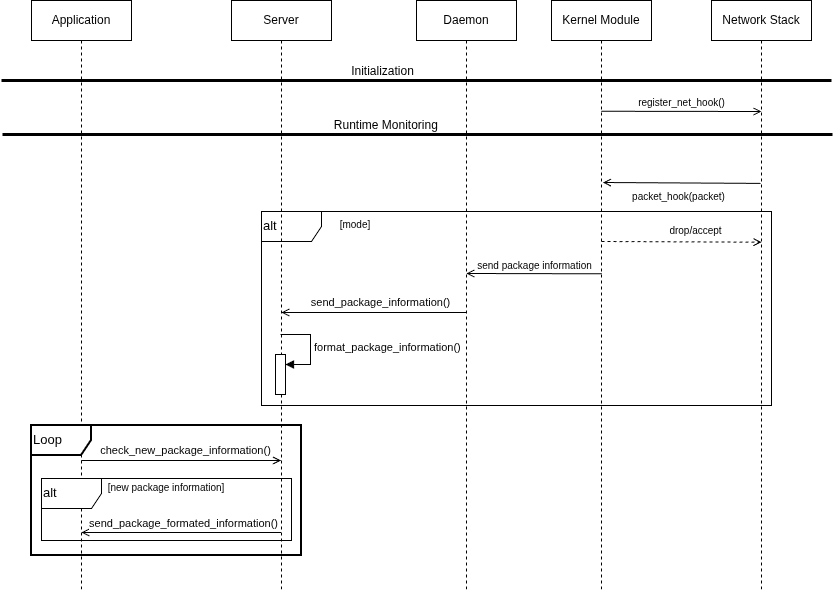
Earlier version of the draw.io export document/Sequence_Diagram_package_info.drawio.png (TheodorPredescu/Intrusion-Detection-and-Prevention-System). Source tidied: cells renumbered, new cells last; positions are measured from the earlier drawing's top-left corner, leaving out a move shared by most shapes.
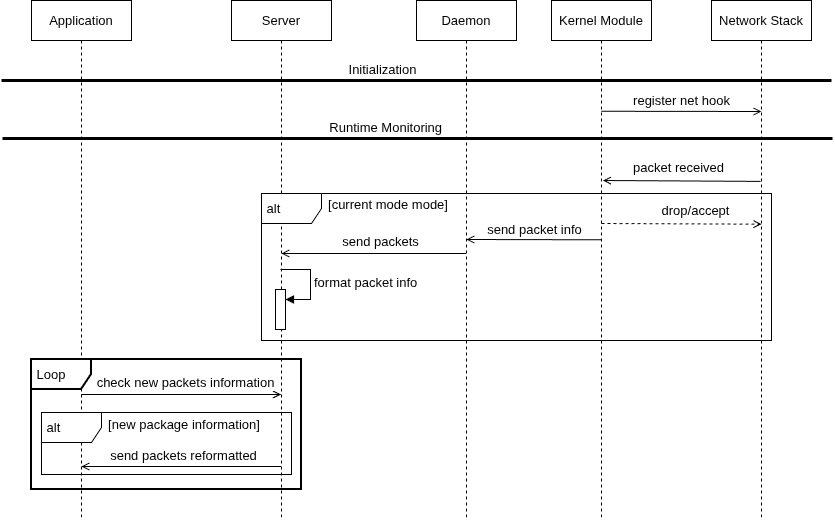
After the commit.

What changed in the source:
```diff
@@ -2,138 +2,140 @@
   <root>
     <mxCell id="0" />
     <mxCell id="1" parent="0" />
-    <mxCell id="2" value="Application" style="shape=umlLifeline;perimeter=lifelinePerimeter;whiteSpace=wrap;html=1;newEdgeStyle={&quot;edgeStyle&quot;:&quot;elbowEdgeStyle&quot;,&quot;elbow&quot;:&quot;vertical&quot;,&quot;curved&quot;:0,&quot;rounded&quot;:0};" parent="1" vertex="1">
-      <mxGeometry x="30" width="100" height="590" as="geometry" />
+    <mxCell id="2" value="Application" style="shape=umlLifeline;perimeter=lifelinePerimeter;whiteSpace=wrap;html=1;newEdgeStyle={&quot;edgeStyle&quot;:&quot;elbowEdgeStyle&quot;,&quot;elbow&quot;:&quot;vertical&quot;,&quot;curved&quot;:0,&quot;rounded&quot;:0};fontSize=13;" parent="1" vertex="1">
+      <mxGeometry x="30" width="100" height="520" as="geometry" />
     </mxCell>
-    <mxCell id="3" value="Kernel Module" style="shape=umlLifeline;perimeter=lifelinePerimeter;whiteSpace=wrap;html=1;newEdgeStyle={&quot;edgeStyle&quot;:&quot;elbowEdgeStyle&quot;,&quot;elbow&quot;:&quot;vertical&quot;,&quot;curved&quot;:0,&quot;rounded&quot;:0};" parent="1" vertex="1">
-      <mxGeometry x="550" width="100" height="590" as="geometry" />
+    <mxCell id="3" value="Kernel Module" style="shape=umlLifeline;perimeter=lifelinePerimeter;whiteSpace=wrap;html=1;newEdgeStyle={&quot;edgeStyle&quot;:&quot;elbowEdgeStyle&quot;,&quot;elbow&quot;:&quot;vertical&quot;,&quot;curved&quot;:0,&quot;rounded&quot;:0};fontSize=13;" parent="1" vertex="1">
+      <mxGeometry x="550" width="100" height="520" as="geometry" />
     </mxCell>
-    <mxCell id="4" value="Network Stack" style="shape=umlLifeline;perimeter=lifelinePerimeter;whiteSpace=wrap;html=1;newEdgeStyle={&quot;edgeStyle&quot;:&quot;elbowEdgeStyle&quot;,&quot;elbow&quot;:&quot;vertical&quot;,&quot;curved&quot;:0,&quot;rounded&quot;:0};" parent="1" vertex="1">
-      <mxGeometry x="710" width="100" height="590" as="geometry" />
+    <mxCell id="4" value="Network Stack" style="shape=umlLifeline;perimeter=lifelinePerimeter;whiteSpace=wrap;html=1;newEdgeStyle={&quot;edgeStyle&quot;:&quot;elbowEdgeStyle&quot;,&quot;elbow&quot;:&quot;vertical&quot;,&quot;curved&quot;:0,&quot;rounded&quot;:0};fontSize=13;" parent="1" vertex="1">
+      <mxGeometry x="710" width="100" height="520" as="geometry" />
     </mxCell>
-    <mxCell id="5" value="&lt;font style=&quot;font-size: 10px;&quot;&gt;register_net_hook()&lt;/font&gt;" style="html=1;verticalAlign=bottom;endArrow=open;edgeStyle=elbowEdgeStyle;elbow=vertical;curved=0;rounded=0;endFill=0;strokeWidth=1;entryX=0.5;entryY=0.078;entryDx=0;entryDy=0;entryPerimeter=0;" parent="1" edge="1">
+    <mxCell id="5" value="&lt;font&gt;register net hook&lt;/font&gt;" style="html=1;verticalAlign=bottom;endArrow=open;edgeStyle=elbowEdgeStyle;elbow=vertical;curved=0;rounded=0;endFill=0;strokeWidth=1;entryX=0.5;entryY=0.078;entryDx=0;entryDy=0;entryPerimeter=0;fontSize=13;" parent="1" edge="1">
       <mxGeometry relative="1" as="geometry">
         <mxPoint x="599.8" y="110.8" as="sourcePoint" />
         <mxPoint x="760" y="110.6" as="targetPoint" />
       </mxGeometry>
     </mxCell>
-    <mxCell id="6" style="edgeStyle=none;orthogonalLoop=1;jettySize=auto;html=1;rounded=0;endArrow=open;endFill=0;entryX=0.514;entryY=0.465;entryDx=0;entryDy=0;entryPerimeter=0;exitX=0.49;exitY=0.468;exitDx=0;exitDy=0;exitPerimeter=0;" parent="1" edge="1">
+    <mxCell id="6" style="edgeStyle=none;orthogonalLoop=1;jettySize=auto;html=1;rounded=0;endArrow=open;endFill=0;entryX=0.514;entryY=0.465;entryDx=0;entryDy=0;entryPerimeter=0;exitX=0.49;exitY=0.468;exitDx=0;exitDy=0;exitPerimeter=0;fontSize=13;" parent="1" edge="1">
       <mxGeometry relative="1" as="geometry">
-        <mxPoint x="759" y="182.9" as="sourcePoint" />
-        <mxPoint x="601.4" y="182" as="targetPoint" />
+        <mxPoint x="759" y="180.9" as="sourcePoint" />
+        <mxPoint x="601.4" y="180" as="targetPoint" />
       </mxGeometry>
     </mxCell>
-    <mxCell id="7" value="&lt;font style=&quot;font-size: 10px;&quot;&gt;packet_hook(packet)&lt;/font&gt;" style="edgeLabel;html=1;align=center;verticalAlign=top;labelPosition=center;verticalLabelPosition=bottom;" parent="6" vertex="1">
-      <mxGeometry x="0.04" y="1" relative="1" as="geometry" />
+    <mxCell id="7" value="&lt;font&gt;packet received&lt;/font&gt;" style="edgeLabel;html=1;align=center;verticalAlign=top;labelPosition=center;verticalLabelPosition=bottom;fontSize=13;" parent="6" vertex="1">
+      <mxGeometry x="0.04" y="1" relative="1" as="geometry">
+        <mxPoint y="-28" as="offset" />
+      </mxGeometry>
     </mxCell>
-    <mxCell id="8" value="Daemon" style="shape=umlLifeline;perimeter=lifelinePerimeter;whiteSpace=wrap;html=1;newEdgeStyle={&quot;edgeStyle&quot;:&quot;elbowEdgeStyle&quot;,&quot;elbow&quot;:&quot;vertical&quot;,&quot;curved&quot;:0,&quot;rounded&quot;:0};" parent="1" vertex="1">
-      <mxGeometry x="415" width="100" height="590" as="geometry" />
+    <mxCell id="8" value="Daemon" style="shape=umlLifeline;perimeter=lifelinePerimeter;whiteSpace=wrap;html=1;newEdgeStyle={&quot;edgeStyle&quot;:&quot;elbowEdgeStyle&quot;,&quot;elbow&quot;:&quot;vertical&quot;,&quot;curved&quot;:0,&quot;rounded&quot;:0};fontSize=13;" parent="1" vertex="1">
+      <mxGeometry x="415" width="100" height="520" as="geometry" />
     </mxCell>
-    <mxCell id="9" style="edgeStyle=none;orthogonalLoop=1;jettySize=auto;html=1;rounded=0;endArrow=open;endFill=0;exitX=0.502;exitY=0.536;exitDx=0;exitDy=0;exitPerimeter=0;entryX=0.498;entryY=0.535;entryDx=0;entryDy=0;entryPerimeter=0;" parent="1" edge="1">
+    <mxCell id="9" style="edgeStyle=none;orthogonalLoop=1;jettySize=auto;html=1;rounded=0;endArrow=open;endFill=0;exitX=0.502;exitY=0.536;exitDx=0;exitDy=0;exitPerimeter=0;entryX=0.498;entryY=0.535;entryDx=0;entryDy=0;entryPerimeter=0;fontSize=13;" parent="1" edge="1">
       <mxGeometry relative="1" as="geometry">
-        <mxPoint x="600.2" y="273.3" as="sourcePoint" />
-        <mxPoint x="464.8" y="273" as="targetPoint" />
+        <mxPoint x="600.2" y="239.3" as="sourcePoint" />
+        <mxPoint x="464.8" y="239" as="targetPoint" />
       </mxGeometry>
     </mxCell>
-    <mxCell id="10" value="&lt;font style=&quot;font-size: 10px;&quot;&gt;send package information&lt;/font&gt;" style="edgeLabel;html=1;align=center;verticalAlign=bottom;labelPosition=center;verticalLabelPosition=top;" parent="9" vertex="1">
+    <mxCell id="10" value="&lt;font&gt;send packet info&lt;/font&gt;" style="edgeLabel;html=1;align=center;verticalAlign=bottom;labelPosition=center;verticalLabelPosition=top;fontSize=13;" parent="9" vertex="1">
       <mxGeometry x="0.04" y="1" relative="1" as="geometry">
         <mxPoint x="2" y="-1" as="offset" />
       </mxGeometry>
     </mxCell>
-    <mxCell id="11" style="endArrow=none;html=1;rounded=0;strokeWidth=3;fontSize=12;" parent="1" edge="1">
+    <mxCell id="11" style="endArrow=none;html=1;rounded=0;strokeWidth=3;fontSize=13;" parent="1" edge="1">
       <mxGeometry relative="1" as="geometry">
         <mxPoint y="80" as="sourcePoint" />
         <mxPoint x="830" y="80" as="targetPoint" />
       </mxGeometry>
     </mxCell>
-    <mxCell id="12" value="&lt;font style=&quot;font-size: 12px;&quot;&gt;Initialization&lt;/font&gt;" style="edgeLabel;html=1;align=center;verticalAlign=bottom;labelPosition=center;verticalLabelPosition=top;" parent="11" vertex="1">
+    <mxCell id="12" value="&lt;font&gt;Initialization&lt;/font&gt;" style="edgeLabel;html=1;align=center;verticalAlign=bottom;labelPosition=center;verticalLabelPosition=top;fontSize=13;" parent="11" vertex="1">
       <mxGeometry x="-0.05" y="-1" relative="1" as="geometry">
         <mxPoint x="-14" y="-2" as="offset" />
       </mxGeometry>
     </mxCell>
-    <mxCell id="13" style="endArrow=none;html=1;rounded=0;strokeWidth=3;" parent="1" edge="1">
+    <mxCell id="13" style="endArrow=none;html=1;rounded=0;strokeWidth=3;fontSize=13;" parent="1" edge="1">
       <mxGeometry relative="1" as="geometry">
-        <mxPoint x="1" y="134" as="sourcePoint" />
-        <mxPoint x="831" y="134" as="targetPoint" />
+        <mxPoint x="1" y="138" as="sourcePoint" />
+        <mxPoint x="831" y="138" as="targetPoint" />
       </mxGeometry>
     </mxCell>
-    <mxCell id="14" value="Runtime Monitoring&amp;nbsp;" style="edgeLabel;html=1;align=center;verticalAlign=bottom;labelPosition=center;verticalLabelPosition=top;fontSize=12;" parent="13" vertex="1">
+    <mxCell id="14" value="Runtime Monitoring&amp;nbsp;" style="edgeLabel;html=1;align=center;verticalAlign=bottom;labelPosition=center;verticalLabelPosition=top;fontSize=13;" parent="13" vertex="1">
       <mxGeometry x="-0.05" y="-1" relative="1" as="geometry">
         <mxPoint x="-10" y="-2" as="offset" />
       </mxGeometry>
     </mxCell>
-    <mxCell id="15" value="&lt;font style=&quot;line-height: 100%; font-size: 13px;&quot;&gt;Loop&lt;/font&gt;" style="shape=umlFrame;whiteSpace=wrap;html=1;align=left;strokeWidth=2;" parent="1" vertex="1">
-      <mxGeometry x="30" y="425" width="270" height="130" as="geometry" />
+    <mxCell id="15" value="&lt;font style=&quot;line-height: 100%;&quot;&gt;&amp;nbsp;Loop&lt;/font&gt;" style="shape=umlFrame;whiteSpace=wrap;html=1;align=left;strokeWidth=2;fontSize=13;" parent="1" vertex="1">
+      <mxGeometry x="30" y="359" width="270" height="130" as="geometry" />
     </mxCell>
-    <mxCell id="16" style="edgeStyle=none;orthogonalLoop=1;jettySize=auto;html=1;rounded=0;endArrow=none;endFill=0;startArrow=open;startFill=0;" parent="1" edge="1">
+    <mxCell id="16" style="edgeStyle=none;orthogonalLoop=1;jettySize=auto;html=1;rounded=0;endArrow=none;endFill=0;startArrow=open;startFill=0;fontSize=13;" parent="1" edge="1">
       <mxGeometry relative="1" as="geometry">
-        <mxPoint x="279.5" y="460" as="sourcePoint" />
-        <mxPoint x="79.9" y="460" as="targetPoint" />
+        <mxPoint x="279.5" y="394" as="sourcePoint" />
+        <mxPoint x="79.9" y="394" as="targetPoint" />
       </mxGeometry>
     </mxCell>
-    <mxCell id="17" value="check_new_package_information()" style="edgeLabel;html=1;align=center;verticalAlign=bottom;labelPosition=center;verticalLabelPosition=top;" parent="16" vertex="1">
+    <mxCell id="17" value="check new packets information" style="edgeLabel;html=1;align=center;verticalAlign=bottom;labelPosition=center;verticalLabelPosition=top;fontSize=13;" parent="16" vertex="1">
       <mxGeometry x="-0.77" y="2" relative="1" as="geometry">
         <mxPoint x="-73" y="-4" as="offset" />
       </mxGeometry>
     </mxCell>
-    <mxCell id="18" value="&lt;font style=&quot;line-height: 100%; font-size: 13px;&quot;&gt;alt&lt;/font&gt;" style="shape=umlFrame;whiteSpace=wrap;html=1;align=left;" parent="1" vertex="1">
-      <mxGeometry x="40" y="478" width="250" height="62" as="geometry" />
+    <mxCell id="18" value="&lt;font style=&quot;line-height: 100%;&quot;&gt;&amp;nbsp;alt&lt;/font&gt;" style="shape=umlFrame;whiteSpace=wrap;html=1;align=left;fontSize=13;" parent="1" vertex="1">
+      <mxGeometry x="40" y="412" width="250" height="62" as="geometry" />
     </mxCell>
-    <mxCell id="19" value="&lt;font style=&quot;font-size: 10px;&quot;&gt;[new package information]&lt;/font&gt;" style="text;html=1;whiteSpace=wrap;strokeColor=none;fillColor=none;align=center;verticalAlign=middle;rounded=0;" parent="1" vertex="1">
-      <mxGeometry x="95" y="472" width="140" height="30" as="geometry" />
+    <mxCell id="19" value="&lt;font&gt;[new package information]&lt;/font&gt;" style="text;html=1;whiteSpace=wrap;strokeColor=none;fillColor=none;align=center;verticalAlign=middle;rounded=0;fontSize=13;" parent="1" vertex="1">
+      <mxGeometry x="93" y="409" width="180" height="30" as="geometry" />
     </mxCell>
-    <mxCell id="20" style="edgeStyle=none;orthogonalLoop=1;jettySize=auto;html=1;rounded=0;endArrow=open;endFill=0;" parent="1" edge="1">
+    <mxCell id="20" style="edgeStyle=none;orthogonalLoop=1;jettySize=auto;html=1;rounded=0;endArrow=open;endFill=0;fontSize=13;" parent="1" edge="1">
       <mxGeometry relative="1" as="geometry">
-        <mxPoint x="279.5" y="532" as="sourcePoint" />
-        <mxPoint x="79.9" y="532" as="targetPoint" />
+        <mxPoint x="279.5" y="466" as="sourcePoint" />
+        <mxPoint x="79.9" y="466" as="targetPoint" />
       </mxGeometry>
     </mxCell>
-    <mxCell id="21" value="send_package_formated_information()" style="edgeLabel;html=1;align=center;verticalAlign=bottom;labelPosition=center;verticalLabelPosition=top;" parent="20" vertex="1">
+    <mxCell id="21" value="send packets reformatted" style="edgeLabel;html=1;align=center;verticalAlign=bottom;labelPosition=center;verticalLabelPosition=top;fontSize=13;" parent="20" vertex="1">
       <mxGeometry x="-0.77" y="2" relative="1" as="geometry">
         <mxPoint x="-75" y="-3" as="offset" />
       </mxGeometry>
     </mxCell>
-    <mxCell id="22" value="&lt;font style=&quot;line-height: 100%; font-size: 13px;&quot;&gt;alt&lt;/font&gt;" style="shape=umlFrame;whiteSpace=wrap;html=1;align=left;" parent="1" vertex="1">
-      <mxGeometry x="260" y="211" width="510" height="194" as="geometry" />
-    </mxCell>
-    <mxCell id="23" value="&lt;span style=&quot;font-size: 10px;&quot;&gt;[mode]&lt;/span&gt;" style="text;html=1;whiteSpace=wrap;strokeColor=none;fillColor=none;align=center;verticalAlign=middle;rounded=0;" parent="1" vertex="1">
-      <mxGeometry x="329" y="209" width="50" height="30" as="geometry" />
+    <mxCell id="23" value="&lt;span&gt;[current mode mode]&lt;/span&gt;" style="text;html=1;whiteSpace=wrap;strokeColor=none;fillColor=none;align=center;verticalAlign=middle;rounded=0;fontSize=13;" parent="1" vertex="1">
+      <mxGeometry x="317" y="189" width="140" height="30" as="geometry" />
     </mxCell>
-    <mxCell id="24" style="edgeStyle=none;orthogonalLoop=1;jettySize=auto;html=1;rounded=0;endArrow=open;endFill=0;exitX=0.502;exitY=0.536;exitDx=0;exitDy=0;exitPerimeter=0;entryX=0.5;entryY=0.285;entryDx=0;entryDy=0;entryPerimeter=0;dashed=1;" parent="1" edge="1">
+    <mxCell id="24" style="edgeStyle=none;orthogonalLoop=1;jettySize=auto;html=1;rounded=0;endArrow=open;endFill=0;exitX=0.502;exitY=0.536;exitDx=0;exitDy=0;exitPerimeter=0;entryX=0.5;entryY=0.285;entryDx=0;entryDy=0;entryPerimeter=0;dashed=1;fontSize=13;" parent="1" edge="1">
       <mxGeometry relative="1" as="geometry">
-        <mxPoint x="600" y="241" as="sourcePoint" />
-        <mxPoint x="760" y="241.7" as="targetPoint" />
+        <mxPoint x="600" y="223" as="sourcePoint" />
+        <mxPoint x="760" y="223.7" as="targetPoint" />
       </mxGeometry>
     </mxCell>
-    <mxCell id="25" value="&lt;font style=&quot;font-size: 10px;&quot;&gt;drop/accept&lt;/font&gt;" style="edgeLabel;html=1;align=center;verticalAlign=bottom;labelPosition=center;verticalLabelPosition=top;" parent="24" vertex="1">
+    <mxCell id="25" value="&lt;font&gt;drop/accept&lt;/font&gt;" style="edgeLabel;html=1;align=center;verticalAlign=bottom;labelPosition=center;verticalLabelPosition=top;fontSize=13;" parent="24" vertex="1">
       <mxGeometry x="0.04" y="1" relative="1" as="geometry">
         <mxPoint x="10" y="-2" as="offset" />
       </mxGeometry>
     </mxCell>
-    <mxCell id="26" value="Server" style="shape=umlLifeline;perimeter=lifelinePerimeter;whiteSpace=wrap;html=1;newEdgeStyle={&quot;curved&quot;:0,&quot;rounded&quot;:0};" parent="1" vertex="1">
-      <mxGeometry x="230" width="100" height="590" as="geometry" />
+    <mxCell id="26" value="Server" style="shape=umlLifeline;perimeter=lifelinePerimeter;whiteSpace=wrap;html=1;newEdgeStyle={&quot;curved&quot;:0,&quot;rounded&quot;:0};fontSize=13;" parent="1" vertex="1">
+      <mxGeometry x="230" width="100" height="520" as="geometry" />
     </mxCell>
-    <mxCell id="27" style="html=1;points=[[0,0,0,0,5],[0,1,0,0,-5],[1,0,0,0,5],[1,1,0,0,-5]];perimeter=orthogonalPerimeter;outlineConnect=0;targetShapes=umlLifeline;portConstraint=eastwest;newEdgeStyle={&quot;curved&quot;:0,&quot;rounded&quot;:0};" parent="26" vertex="1">
-      <mxGeometry x="44" y="354" width="10" height="40" as="geometry" />
+    <mxCell id="27" style="html=1;points=[[0,0,0,0,5],[0,1,0,0,-5],[1,0,0,0,5],[1,1,0,0,-5]];perimeter=orthogonalPerimeter;outlineConnect=0;targetShapes=umlLifeline;portConstraint=eastwest;newEdgeStyle={&quot;curved&quot;:0,&quot;rounded&quot;:0};fontSize=13;" parent="26" vertex="1">
+      <mxGeometry x="44" y="289" width="10" height="40" as="geometry" />
     </mxCell>
-    <mxCell id="28" value="format_package_information()" style="html=1;align=left;spacingLeft=2;endArrow=block;rounded=0;edgeStyle=orthogonalEdgeStyle;curved=0;rounded=0;" parent="26" edge="1" target="27">
+    <mxCell id="28" value="format packet info" style="html=1;align=left;spacingLeft=2;endArrow=block;rounded=0;edgeStyle=orthogonalEdgeStyle;curved=0;rounded=0;fontSize=13;" parent="26" edge="1" target="27">
       <mxGeometry relative="1" as="geometry">
-        <mxPoint x="49" y="334" as="sourcePoint" />
+        <mxPoint x="49" y="269" as="sourcePoint" />
         <Array as="points">
-          <mxPoint x="79" y="364" />
+          <mxPoint x="79" y="299" />
         </Array>
       </mxGeometry>
     </mxCell>
-    <mxCell id="29" style="edgeStyle=none;orthogonalLoop=1;jettySize=auto;html=1;rounded=0;endArrow=open;endFill=0;" parent="1" edge="1">
+    <mxCell id="29" style="edgeStyle=none;orthogonalLoop=1;jettySize=auto;html=1;rounded=0;endArrow=open;endFill=0;fontSize=13;" parent="1" edge="1">
       <mxGeometry relative="1" as="geometry">
-        <mxPoint x="464.5" y="312" as="sourcePoint" />
-        <mxPoint x="279.9" y="312" as="targetPoint" />
+        <mxPoint x="464.5" y="253" as="sourcePoint" />
+        <mxPoint x="279.9" y="253" as="targetPoint" />
       </mxGeometry>
     </mxCell>
-    <mxCell id="30" value="send_package_information()" style="edgeLabel;html=1;align=center;verticalAlign=bottom;labelPosition=center;verticalLabelPosition=top;" parent="29" vertex="1">
+    <mxCell id="30" value="send packets" style="edgeLabel;html=1;align=center;verticalAlign=bottom;labelPosition=center;verticalLabelPosition=top;fontSize=13;" parent="29" vertex="1">
       <mxGeometry x="-0.77" y="2" relative="1" as="geometry">
         <mxPoint x="-65" y="-4" as="offset" />
       </mxGeometry>
     </mxCell>
+    <mxCell id="22" value="&lt;font style=&quot;line-height: 100%;&quot;&gt;&amp;nbsp;alt&lt;/font&gt;" style="shape=umlFrame;whiteSpace=wrap;html=1;align=left;fontSize=13;" parent="1" vertex="1">
+      <mxGeometry x="260" y="193" width="510" height="147" as="geometry" />
+    </mxCell>
   </root>
 </mxGraphModel>
```
